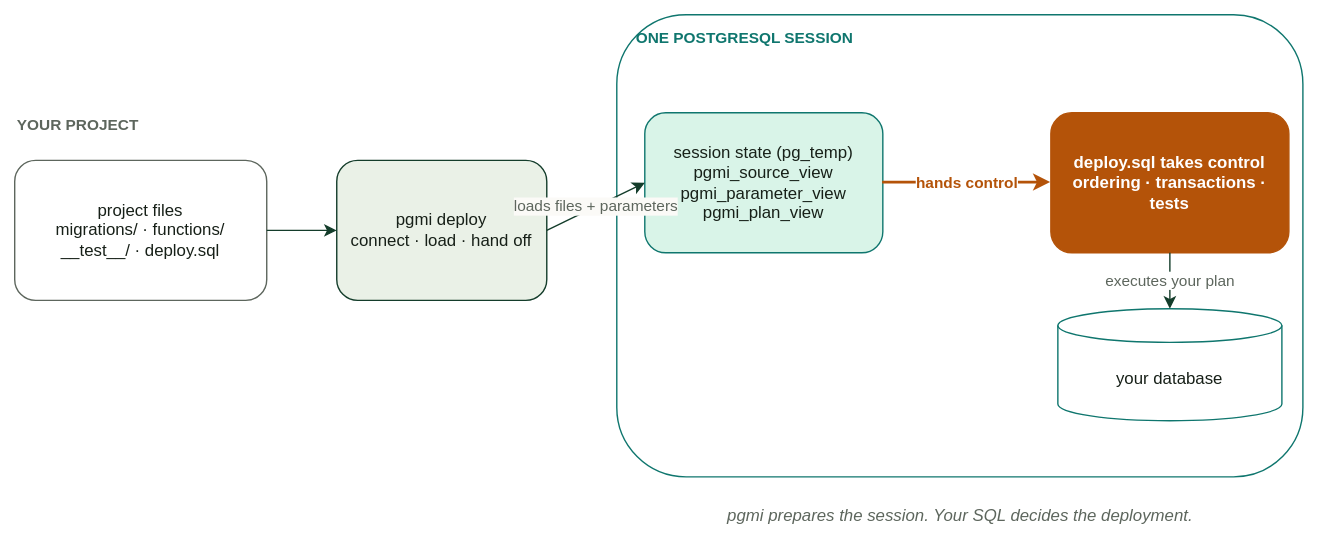
This is docs/diagrams/d01-the-pgmi-model.drawio.svg from vvka-141/pgmi, a draw.io export, as it was before one commit. Source tidied: cells renumbered, new cells last; positions are measured from the earlier drawing's top-left corner, leaving out a move shared by most shapes.
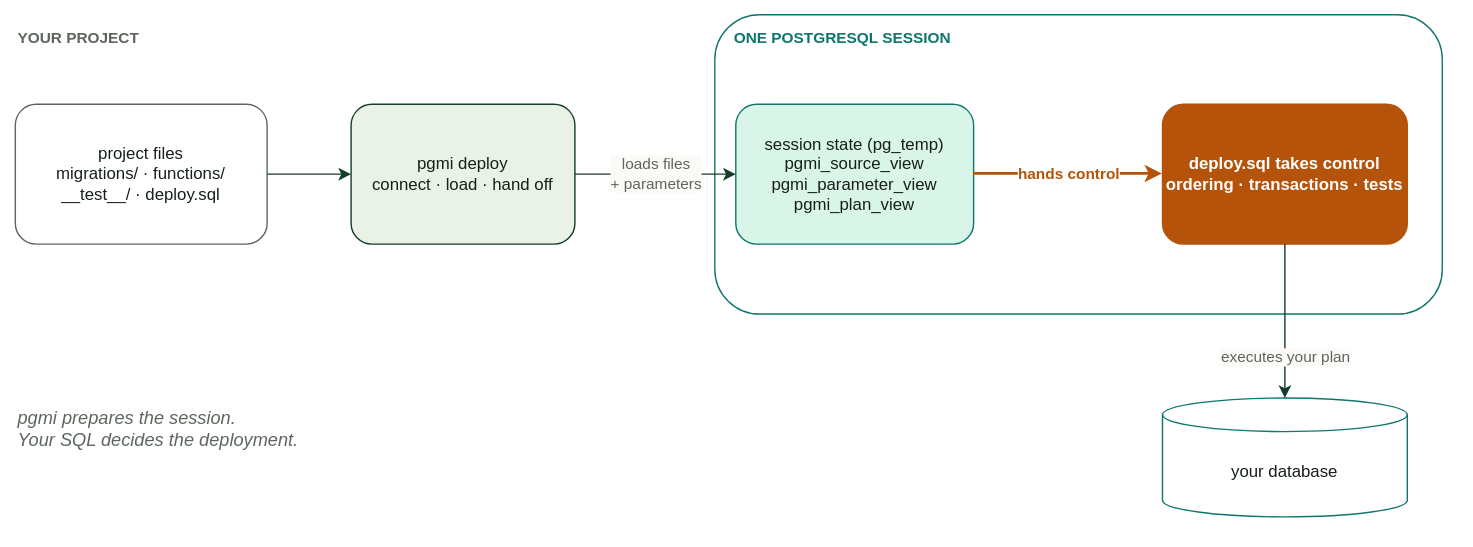
After the commit.

Commit message:
fix(docs): rebalance Tier 1 diagrams after visual review (PGMI-157)

What changed in the source:
```diff
@@ -3,40 +3,42 @@
     <mxCell id="0" />
     <mxCell id="1" parent="0" />
     <mxCell id="2" value="YOUR PROJECT" style="text;html=1;align=left;fontStyle=1;fontSize=11;fontColor=#5d665d;" parent="1" vertex="1">
-      <mxGeometry y="66" width="200" height="20" as="geometry" />
+      <mxGeometry x="10" y="14" width="200" height="20" as="geometry" />
     </mxCell>
+    <mxCell id="5" value="ONE POSTGRESQL SESSION" style="rounded=1;whiteSpace=wrap;html=1;fillColor=#ffffff;strokeColor=#0f766e;verticalAlign=top;align=left;fontStyle=1;fontSize=11;fontColor=#0f766e;spacingLeft=12;spacingTop=4;" parent="1" vertex="1">
+      <mxGeometry x="510" y="10" width="520" height="214" as="geometry" />
+    </mxCell>
     <mxCell id="3" value="project files&#10;migrations/ · functions/&#10;__test__/ · deploy.sql" style="rounded=1;whiteSpace=wrap;html=1;fillColor=#ffffff;strokeColor=#5d665d;fontColor=#172018;fontSize=12;" parent="1" vertex="1">
-      <mxGeometry y="104" width="180" height="100" as="geometry" />
+      <mxGeometry x="10" y="74" width="180" height="100" as="geometry" />
     </mxCell>
     <mxCell id="4" value="pgmi deploy&#10;connect · load · hand off" style="rounded=1;whiteSpace=wrap;html=1;fillColor=#eaf1e7;strokeColor=#143d2b;fontColor=#172018;fontSize=12;" parent="1" vertex="1">
-      <mxGeometry x="230" y="104" width="150" height="100" as="geometry" />
+      <mxGeometry x="250" y="74" width="160" height="100" as="geometry" />
     </mxCell>
-    <mxCell id="5" value="ONE POSTGRESQL SESSION" style="rounded=1;whiteSpace=wrap;html=1;fillColor=#ffffff;strokeColor=#0f766e;verticalAlign=top;align=left;fontStyle=1;fontSize=11;fontColor=#0f766e;spacingLeft=12;spacingTop=4;" parent="1" vertex="1">
-      <mxGeometry x="430" width="490" height="330" as="geometry" />
-    </mxCell>
     <mxCell id="6" value="session state (pg_temp)&#10;pgmi_source_view&#10;pgmi_parameter_view&#10;pgmi_plan_view" style="rounded=1;whiteSpace=wrap;html=1;fillColor=#d9f4e8;strokeColor=#0f766e;fontColor=#172018;fontSize=12;" parent="1" vertex="1">
-      <mxGeometry x="450" y="70" width="170" height="100" as="geometry" />
+      <mxGeometry x="525" y="74" width="170" height="100" as="geometry" />
     </mxCell>
     <mxCell id="7" value="deploy.sql takes control&#10;ordering · transactions · tests" style="rounded=1;whiteSpace=wrap;html=1;fillColor=#b45309;strokeColor=#b45309;fontColor=#ffffff;fontStyle=1;fontSize=12;" parent="1" vertex="1">
-      <mxGeometry x="740" y="70" width="170" height="100" as="geometry" />
+      <mxGeometry x="830" y="74" width="175" height="100" as="geometry" />
     </mxCell>
     <mxCell id="8" value="your database" style="shape=cylinder3;whiteSpace=wrap;html=1;boundedLbl=1;backgroundOutline=1;size=12;fillColor=#ffffff;strokeColor=#0f766e;fontColor=#172018;fontSize=12;" parent="1" vertex="1">
-      <mxGeometry x="745" y="210" width="160" height="80" as="geometry" />
+      <mxGeometry x="830" y="284" width="175" height="85" as="geometry" />
     </mxCell>
     <mxCell id="9" style="html=1;endArrow=classic;strokeColor=#143d2b;exitX=1;exitY=0.5;entryX=0;entryY=0.5;" parent="1" edge="1" source="3" target="4">
       <mxGeometry relative="1" as="geometry" />
     </mxCell>
-    <mxCell id="10" value="loads files + parameters" style="html=1;endArrow=classic;strokeColor=#143d2b;fontColor=#5d665d;fontSize=11;labelBackgroundColor=#fbfaf7;exitX=1;exitY=0.5;entryX=0;entryY=0.5;" parent="1" edge="1" source="4" target="6">
+    <mxCell id="10" value="loads files&#10;+ parameters" style="html=1;endArrow=classic;strokeColor=#143d2b;fontColor=#5d665d;fontSize=11;labelBackgroundColor=#fbfaf7;exitX=1;exitY=0.5;entryX=0;entryY=0.5;" parent="1" edge="1" source="4" target="6">
       <mxGeometry relative="1" as="geometry" />
     </mxCell>
     <mxCell id="11" value="hands control" style="html=1;endArrow=classic;strokeColor=#b45309;strokeWidth=2;fontColor=#b45309;fontStyle=1;fontSize=11;labelBackgroundColor=#ffffff;exitX=1;exitY=0.5;entryX=0;entryY=0.5;" parent="1" edge="1" source="6" target="7">
       <mxGeometry relative="1" as="geometry" />
     </mxCell>
-    <mxCell id="12" value="executes your plan" style="html=1;endArrow=classic;strokeColor=#143d2b;fontColor=#5d665d;fontSize=11;labelBackgroundColor=#ffffff;exitX=0.5;exitY=1;entryX=0.5;entryY=0;" parent="1" edge="1" source="7" target="8">
-      <mxGeometry relative="1" as="geometry" />
+    <mxCell id="12" value="executes your plan" style="html=1;endArrow=classic;strokeColor=#143d2b;fontColor=#5d665d;fontSize=11;labelBackgroundColor=#fbfaf7;exitX=0.5;exitY=1;entryX=0.5;entryY=0;" parent="1" edge="1" source="7" target="8">
+      <mxGeometry relative="1" as="geometry">
+        <mxPoint y="26" as="offset" />
+      </mxGeometry>
     </mxCell>
-    <mxCell id="13" value="pgmi prepares the session. Your SQL decides the deployment." style="text;html=1;align=center;fontStyle=2;fontSize=12;fontColor=#5d665d;" parent="1" vertex="1">
-      <mxGeometry x="430" y="344" width="490" height="20" as="geometry" />
+    <mxCell id="13" value="pgmi prepares the session.&#10;Your SQL decides the deployment." style="text;html=1;align=left;fontStyle=2;fontSize=13;fontColor=#5d665d;" parent="1" vertex="1">
+      <mxGeometry x="10" y="284" width="380" height="44" as="geometry" />
     </mxCell>
   </root>
 </mxGraphModel>
```
